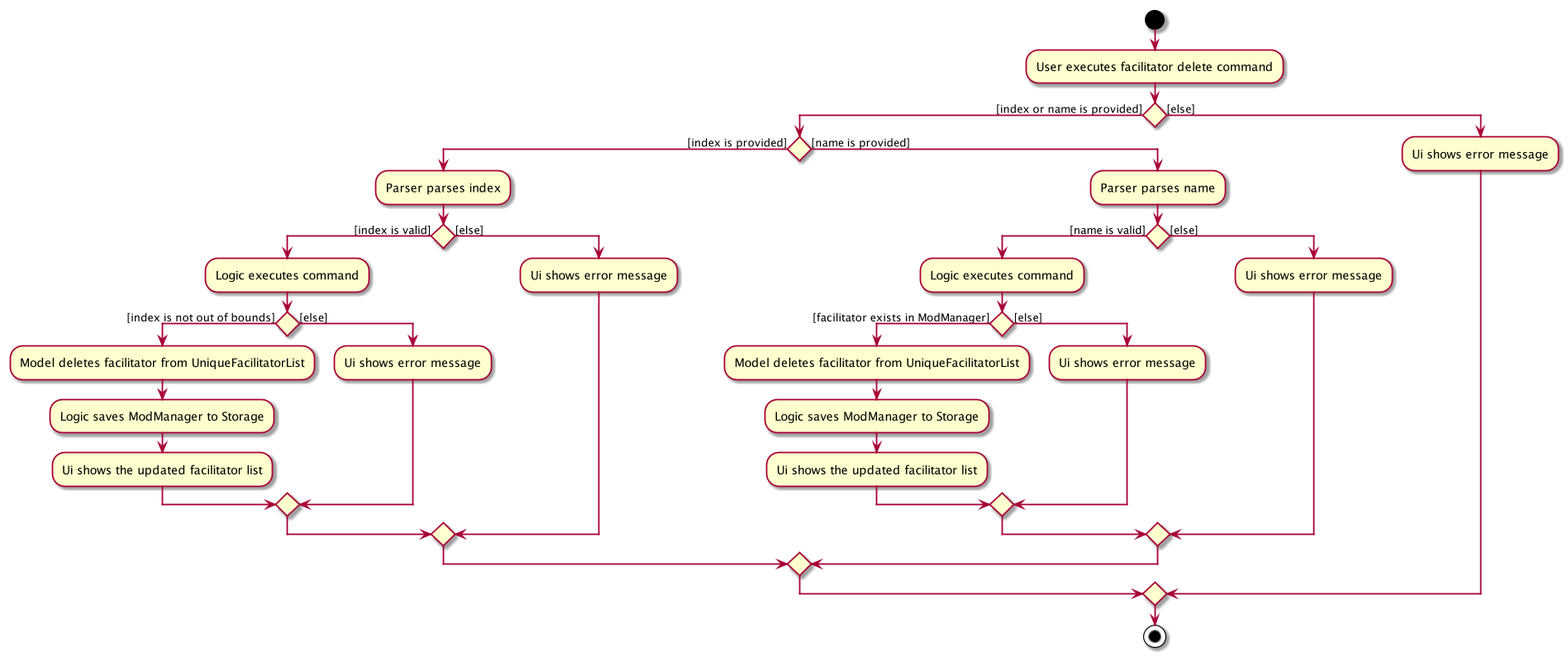
Before: docs/images/FacilitatorDeleteActivityDiagram.png, a diagram exported from PlantUML (zixinn/main).
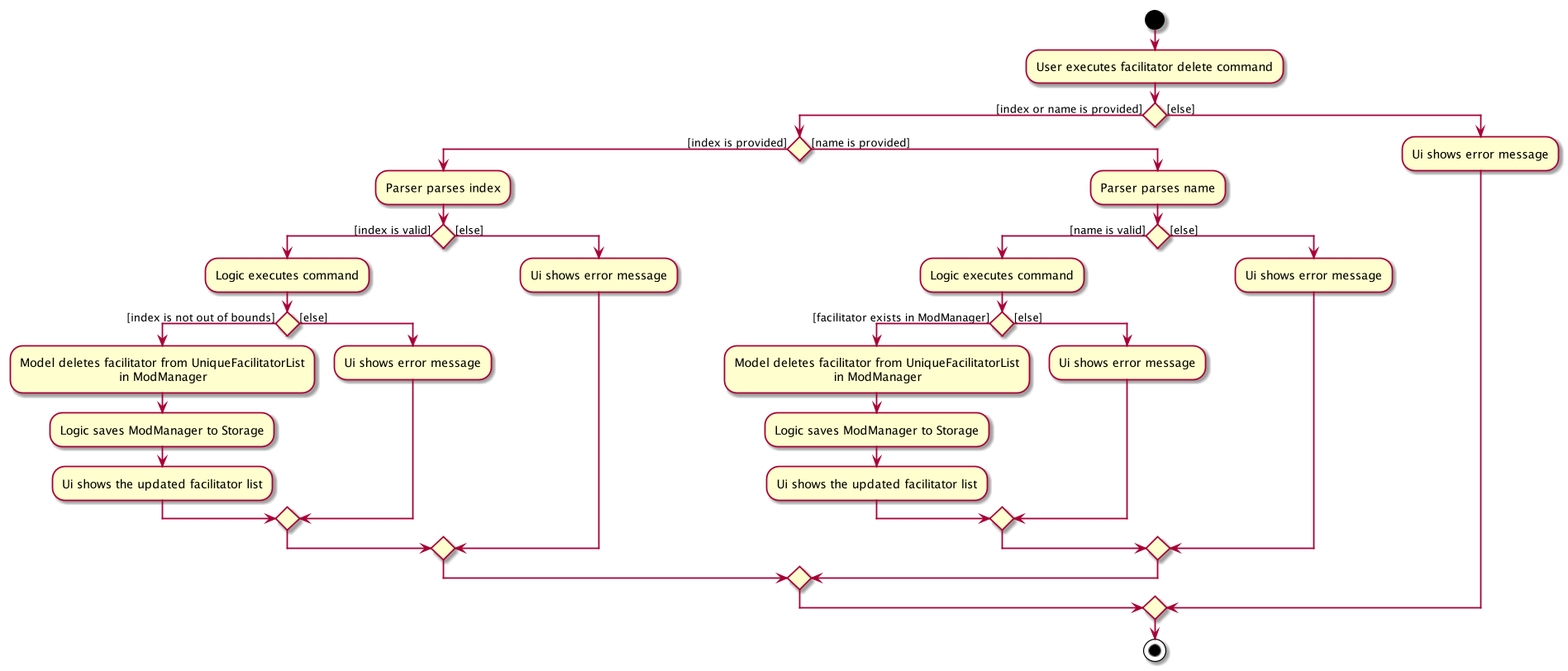
Later version of the same file.

The edit, as a diff of the source:
```diff
@@ -7,7 +7,8 @@
         if () then ([index is valid])
             :Logic executes command;
             if () then ([index is not out of bounds])
-                :Model deletes facilitator from UniqueFacilitatorList;
+                :Model deletes facilitator from UniqueFacilitatorList
+                                         in ModManager;
                 :Logic saves ModManager to Storage;
                 :Ui shows the updated facilitator list;
             else ([else])
@@ -21,7 +22,8 @@
         if () then ([name is valid])
             :Logic executes command;
             if () then ([facilitator exists in ModManager])
-                :Model deletes facilitator from UniqueFacilitatorList;
+                :Model deletes facilitator from UniqueFacilitatorList
+                                         in ModManager;
                 :Logic saves ModManager to Storage;
                 :Ui shows the updated facilitator list;
             else ([else])
```
